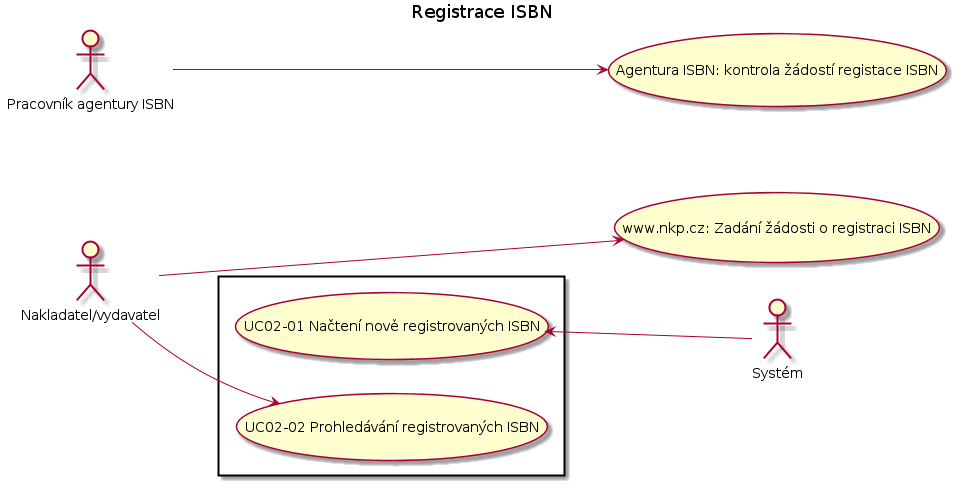
edeposit/edeposit.policy keeps this PlantUML diagram as docs/uc02.png. Above is the earlier version.
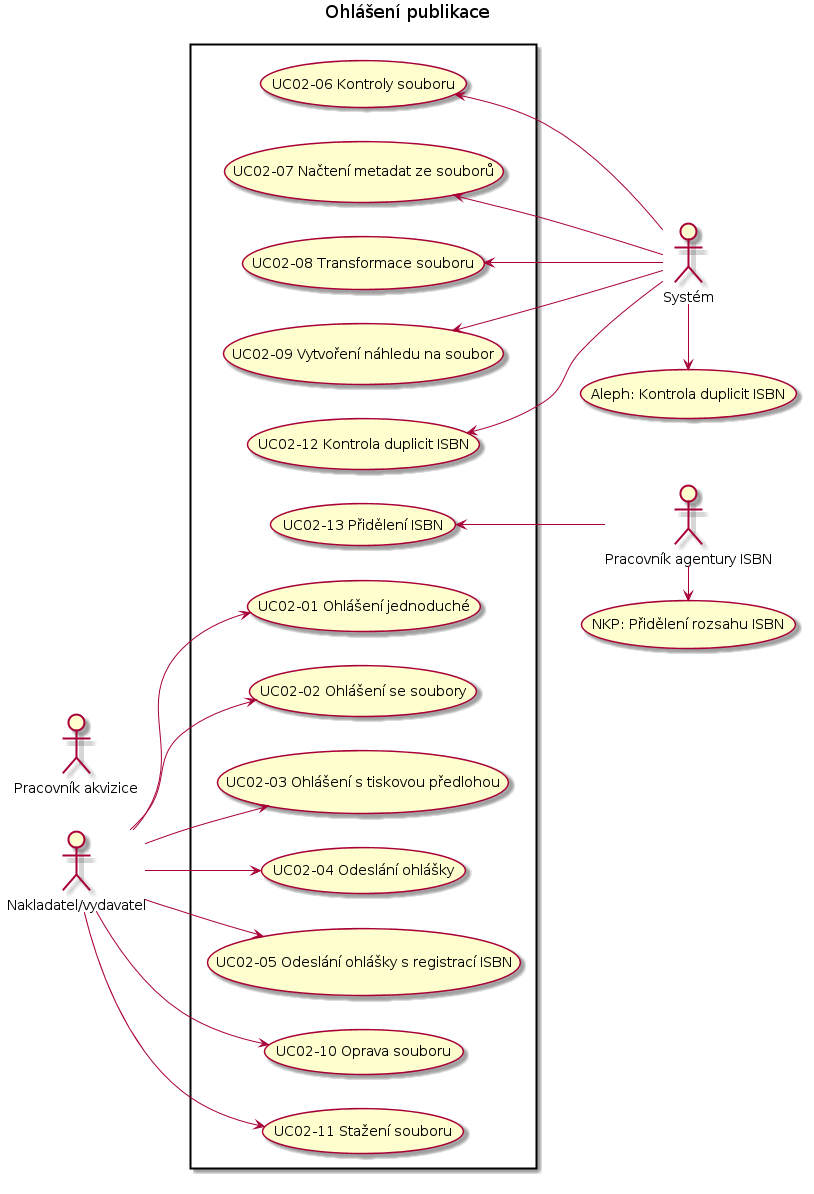
After the change.

What changed in the source:
```diff
@@ -1,19 +1,30 @@
 @startuml
 left to right direction
-title Registrace ISBN
+title Ohlá?ení publikace
 skinparam packageStyle rect
 
-actor :Systém:
-actor :Nakladatel/vydavatel:
-actor :Pracovník agentury ISBN:
+actor :Nakladatel/vydavatel: as nakl
+actor :Pracovník agentury ISBN: as isbn
+actor :Pracovník akvizice: as akv
+actor :Systém: as sys
+
+:isbn: -> (NKP: P?id?lení rozsahu ISBN)
+:sys: -> (Aleph: Kontrola duplicit ISBN)
 
 rectangle  {
-
-	   :Systém: -left-> (UC02-01 Na?tení nov? registrovaných ISBN)
-	   :Nakladatel/vydavatel: --> (UC02-02 Prohledávání registrovaných ISBN)
+	   :nakl: --> (UC02-01 Ohlá?ení jednoduché)
+	   :nakl: --> (UC02-02 Ohlá?ení se soubory)
+	   :nakl: --> (UC02-03 Ohlá?ení s tiskovou p?edlohou)
+	   :nakl: --> (UC02-04 Odeslání ohlá?ky)
+	   :nakl: --> (UC02-05 Odeslání ohlá?ky s registrací ISBN)
+	   :sys: -left-> (UC02-06 Kontroly souboru)
+	   :sys: -left-> (UC02-07 Na?tení metadat ze soubor?)
+	   :sys: -left-> (UC02-08 Transformace souboru)
+	   :sys: -left-> (UC02-09 Vytvo?ení náhledu na soubor)
+	   :nakl: --> (UC02-10 Oprava souboru)
+	   :nakl: --> (UC02-11 Sta?ení souboru)
+	   :sys: -left-> (UC02-12 Kontrola duplicit ISBN)
+	   :isbn: -left-> (UC02-13 P?id?lení ISBN)
 }
 
-:Pracovník agentury ISBN: ---> (Agentura ISBN: kontrola ?ádostí registace ISBN)
-:Nakladatel/vydavatel: ---> (www.nkp.cz: Zadání ?ádosti o registraci ISBN)
-
 @enduml
```
